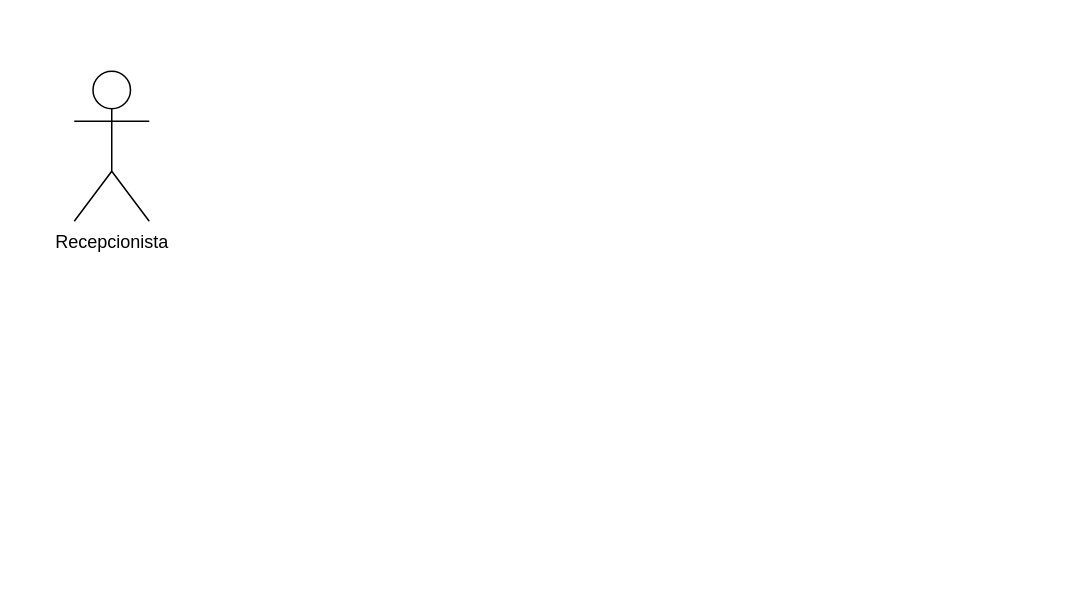
The draw.io diagram AnaliseSistemasII/Untitled Diagram.drawio in owlprog-glitch/spiritpro, before the edit. Source tidied: cells renumbered, new cells numbered last; positions are measured from the earlier drawing's top-left corner, leaving out a move shared by most shapes. Both pictures are drawn from the tidied source at 150%, with x=0, y=0 at pixel (74, 70).
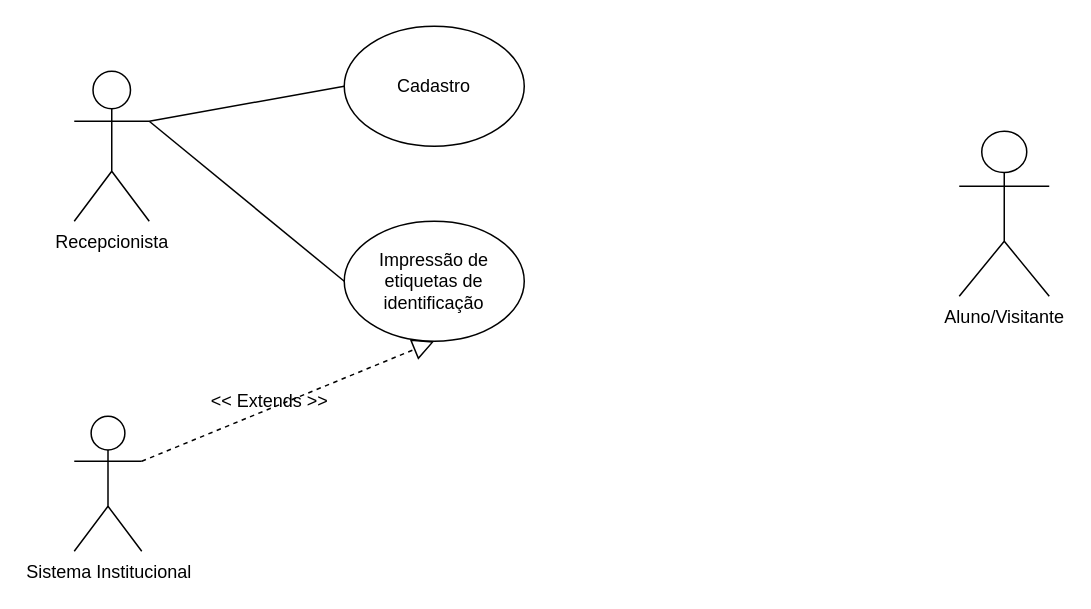
After the change.

What changed in the source:
```diff
@@
 <mxGraphModel>
   <root>
     <mxCell id="0" />
     <mxCell id="1" parent="0" />
     <mxCell id="2" value="&lt;div&gt;Recepcionista&lt;/div&gt;" style="shape=umlActor;verticalLabelPosition=bottom;verticalAlign=top;html=1;outlineConnect=0;" parent="1" vertex="1">
       <mxGeometry width="50" height="100" as="geometry" />
     </mxCell>
+    <mxCell id="3" value="Aluno/Visitante" style="shape=umlActor;verticalLabelPosition=bottom;verticalAlign=top;html=1;" parent="1" vertex="1">
+      <mxGeometry x="590" y="40" width="60" height="110" as="geometry" />
+    </mxCell>
+    <mxCell id="4" value="Cadastro" style="ellipse;whiteSpace=wrap;html=1;" parent="1" vertex="1">
+      <mxGeometry x="180" y="-30" width="120" height="80" as="geometry" />
+    </mxCell>
+    <mxCell id="5" value="Impressão de etiquetas de identificação" style="ellipse;whiteSpace=wrap;html=1;" parent="1" vertex="1">
+      <mxGeometry x="180" y="100" width="120" height="80" as="geometry" />
+    </mxCell>
+    <mxCell id="6" value="Sistema Institucional" style="shape=umlActor;verticalLabelPosition=bottom;verticalAlign=top;html=1;outlineConnect=0;" parent="1" vertex="1">
+      <mxGeometry y="230" width="45" height="90" as="geometry" />
+    </mxCell>
+    <mxCell id="7" style="endArrow=none;html=1;exitX=1;exitY=0.3333333333333333;exitDx=0;exitDy=0;exitPerimeter=0;entryX=0;entryY=0.5;entryDx=0;entryDy=0;" parent="1" edge="1" source="2" target="4">
+      <mxGeometry relative="1" as="geometry" />
+    </mxCell>
+    <mxCell id="8" style="endArrow=none;html=1;exitX=1;exitY=0.3333333333333333;exitDx=0;exitDy=0;exitPerimeter=0;entryX=0;entryY=0.5;entryDx=0;entryDy=0;" parent="1" edge="1" source="2" target="5">
+      <mxGeometry relative="1" as="geometry" />
+    </mxCell>
+    <mxCell id="9" style="endArrow=block;dashed=1;endFill=0;endSize=12;html=1;exitX=1;exitY=0.3333333333333333;exitDx=0;exitDy=0;exitPerimeter=0;entryX=0.5;entryY=1;entryDx=0;entryDy=0;" parent="1" edge="1" source="6" target="5">
+      <mxGeometry relative="1" as="geometry" />
+    </mxCell>
+    <mxCell id="10" value="&amp;lt;&amp;lt; Extends &amp;gt;&amp;gt;" style="text;html=1;align=center;verticalAlign=middle;" parent="1" vertex="1">
+      <mxGeometry x="85" y="210" width="90" height="20" as="geometry" />
+    </mxCell>
   </root>
 </mxGraphModel>
```
